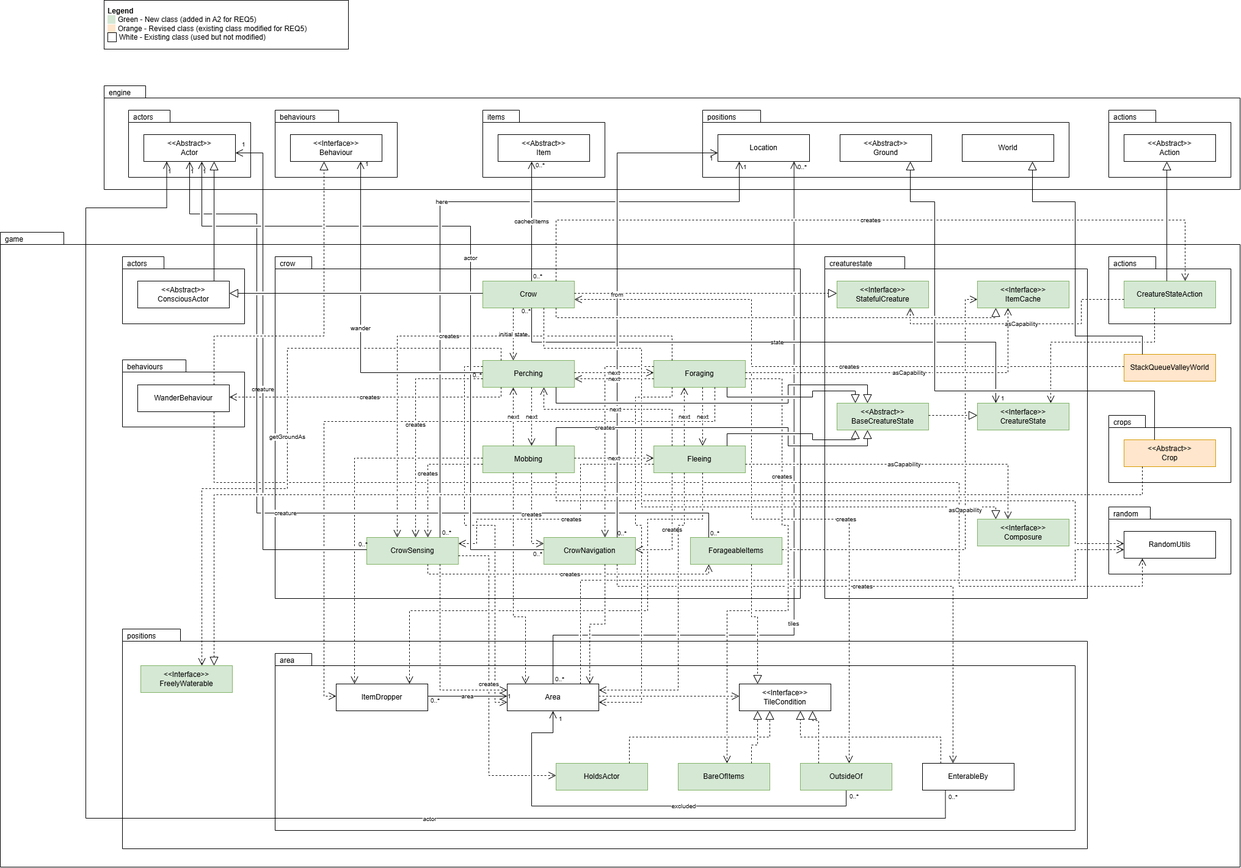
liuyuanshu1228-maker/OOP_stack-queue-valley keeps this draw.io diagram as docs/UML/Req5 UML.drawio.png. Above is the earlier version. Source tidied: cells renumbered, new cells last; positions are measured from the earlier drawing's top-left corner, leaving out a move shared by most shapes.
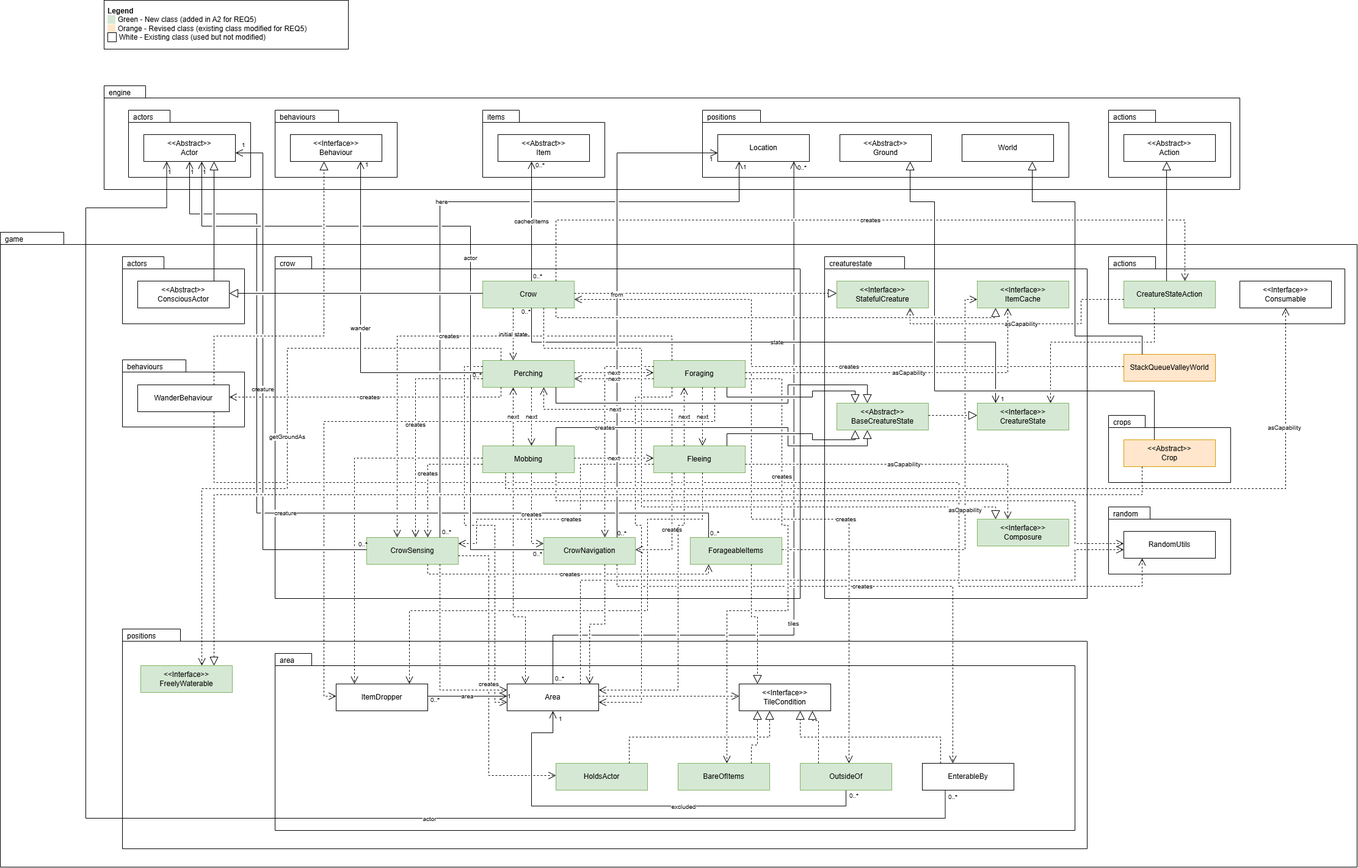
The same diagram one commit later.

Commit message:
Docs REQ5: add the missing Consumable dependency to the class diagram

The previous commit (ebf656c) listed Mobbing's use of Consumable in its message, but the diagram it added was still missing it. This adds:
- The existing Consumable interface to the actions package
- A dependency from Mobbing to Consumable (asCapability), matching the change that makes the crow eat the food it steals

What changed in the source:
```diff
@@ -45,7 +45,7 @@
       <mxGeometry x="1840" y="220" width="150" height="44" as="geometry" />
     </mxCell>
     <mxCell id="16" value="game" style="shape=folder;tabWidth=60;tabHeight=20;tabPosition=left;html=1;whiteSpace=wrap;verticalAlign=top;align=left;spacingLeft=6;spacingTop=-2;fillColor=none;strokeColor=#000000;fontSize=12;" parent="1" vertex="1">
-      <mxGeometry y="380" width="2030" height="1040" as="geometry" />
+      <mxGeometry y="380" width="2222" height="1040" as="geometry" />
     </mxCell>
     <mxCell id="17" value="actors" style="shape=folder;tabWidth=68;tabHeight=20;tabPosition=left;html=1;whiteSpace=wrap;verticalAlign=top;align=left;spacingLeft=6;spacingTop=-2;fillColor=none;strokeColor=#000000;fontSize=12;" parent="1" vertex="1">
       <mxGeometry x="200" y="420" width="200" height="110" as="geometry" />
@@ -71,6 +71,17 @@
     <mxCell id="24" value="Foraging" style="rounded=0;whiteSpace=wrap;html=1;fontSize=12;fillColor=#d5e8d4;strokeColor=#82b366;" parent="1" vertex="1">
       <mxGeometry x="1070" y="590" width="150" height="44" as="geometry" />
     </mxCell>
+    <mxCell id="155" style="edgeStyle=orthogonalEdgeStyle;rounded=0;jettySize=auto;html=1;exitX=0.25;exitY=1;exitDx=0;exitDy=0;entryX=0.5;entryY=1;entryDx=0;entryDy=0;dashed=1;endArrow=open;endFill=0;endSize=10;jumpStyle=gap;" parent="1" edge="1" source="25" target="157">
+      <mxGeometry relative="1" as="geometry">
+        <Array as="points">
+          <mxPoint x="827.5" y="800" />
+          <mxPoint x="2105" y="800" />
+        </Array>
+      </mxGeometry>
+    </mxCell>
+    <mxCell id="156" value="&lt;font style=&quot;font-size: 10px;&quot;&gt;asCapability&lt;/font&gt;" style="edgeLabel;html=1;align=center;verticalAlign=middle;" parent="155" vertex="1">
+      <mxGeometry x="0.76" y="2" relative="1" as="geometry" />
+    </mxCell>
     <mxCell id="25" value="Mobbing" style="rounded=0;whiteSpace=wrap;html=1;fontSize=12;fillColor=#d5e8d4;strokeColor=#82b366;" parent="1" vertex="1">
       <mxGeometry x="790" y="730" width="150" height="44" as="geometry" />
     </mxCell>
@@ -105,7 +116,7 @@
       <mxGeometry x="1600" y="850" width="150" height="44" as="geometry" />
     </mxCell>
     <mxCell id="36" value="actions" style="shape=folder;tabWidth=77;tabHeight=20;tabPosition=left;html=1;whiteSpace=wrap;verticalAlign=top;align=left;spacingLeft=6;spacingTop=-2;fillColor=none;strokeColor=#000000;fontSize=12;" parent="1" vertex="1">
-      <mxGeometry x="1815" y="420" width="200" height="110" as="geometry" />
+      <mxGeometry x="1815" y="420" width="387" height="110" as="geometry" />
     </mxCell>
     <mxCell id="37" value="CreatureStateAction" style="rounded=0;whiteSpace=wrap;html=1;fontSize=12;fillColor=#d5e8d4;strokeColor=#82b366;" parent="1" vertex="1">
       <mxGeometry x="1840" y="460" width="150" height="44" as="geometry" />
@@ -774,5 +785,8 @@
     <mxCell id="154" value="&lt;font style=&quot;font-size: 10px;&quot;&gt;1&lt;/font&gt;" style="text;html=1;whiteSpace=wrap;strokeColor=none;fillColor=none;align=center;verticalAlign=middle;rounded=0;" parent="1" vertex="1">
       <mxGeometry x="909" y="1170" width="17" height="13" as="geometry" />
     </mxCell>
+    <mxCell id="157" value="&amp;lt;&amp;lt;Interface&amp;gt;&amp;gt;&lt;div&gt;Consumable&lt;/div&gt;" style="rounded=0;whiteSpace=wrap;html=1;fontSize=12;" parent="1" vertex="1">
+      <mxGeometry x="2030" y="460" width="150" height="44" as="geometry" />
+    </mxCell>
   </root>
 </mxGraphModel>
```
